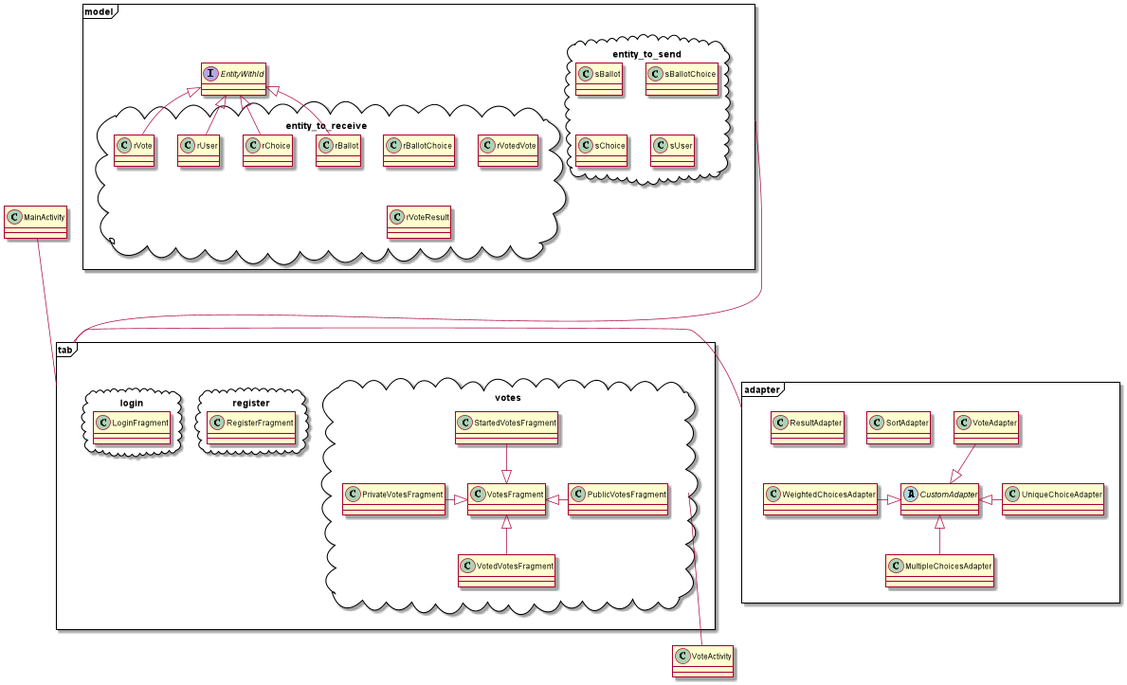
Before: Android/uml/ClassDiagram.png, a diagram exported from PlantUML (dptinfoutln/MapareVote). Its diagram source:
```plantuml
@startuml



package tab <<Frame>> {
    package votes <<Cloud>> {
        class PrivateVotesFragment
        class PublicVotesFragment
        class StartedVotesFragment
        class VotedVotesFragment
        class VotesFragment
    }
    package register <<Cloud>> {
        class RegisterFragment
    }
    package login <<Cloud>> {
        class LoginFragment
    }
}

package adapter <<Frame>> {
    abstract class CustomAdapter
    class UniqueChoiceAdapter
    class MultipleChoicesAdapter
    class WeightedChoicesAdapter
    class SortAdapter
    class VoteAdapter
    class ResultAdapter
}

package model <<Frame>> {
    interface EntityWithId
    package entity_to_receive <<Cloud>> {
        class rBallot
        class rBallotChoice
        class rChoice
        class rUser
        class rVote
        class rVotedVote
        class rVoteResult
    }
    package entity_to_send <<Cloud>> {
          class sBallot
          class sBallotChoice
          class sChoice
          class sUser
    }
}


class VoteActivity
class MainActivity

tab --up-- MainActivity
tab --right-- adapter
model ---up--- tab
votes --down-- VoteActivity

CustomAdapter <|-right- UniqueChoiceAdapter
CustomAdapter <|-down- MultipleChoicesAdapter
CustomAdapter <|-left- WeightedChoicesAdapter
CustomAdapter <|-up- VoteAdapter

VotesFragment <|-right- PublicVotesFragment
VotesFragment <|-left- PrivateVotesFragment
VotesFragment <|-up- StartedVotesFragment
VotesFragment <|-down- VotedVotesFragment

EntityWithId <|-- rBallot
EntityWithId <|-- rChoice
EntityWithId <|-- rUser
EntityWithId <|-- rVote

@enduml
```
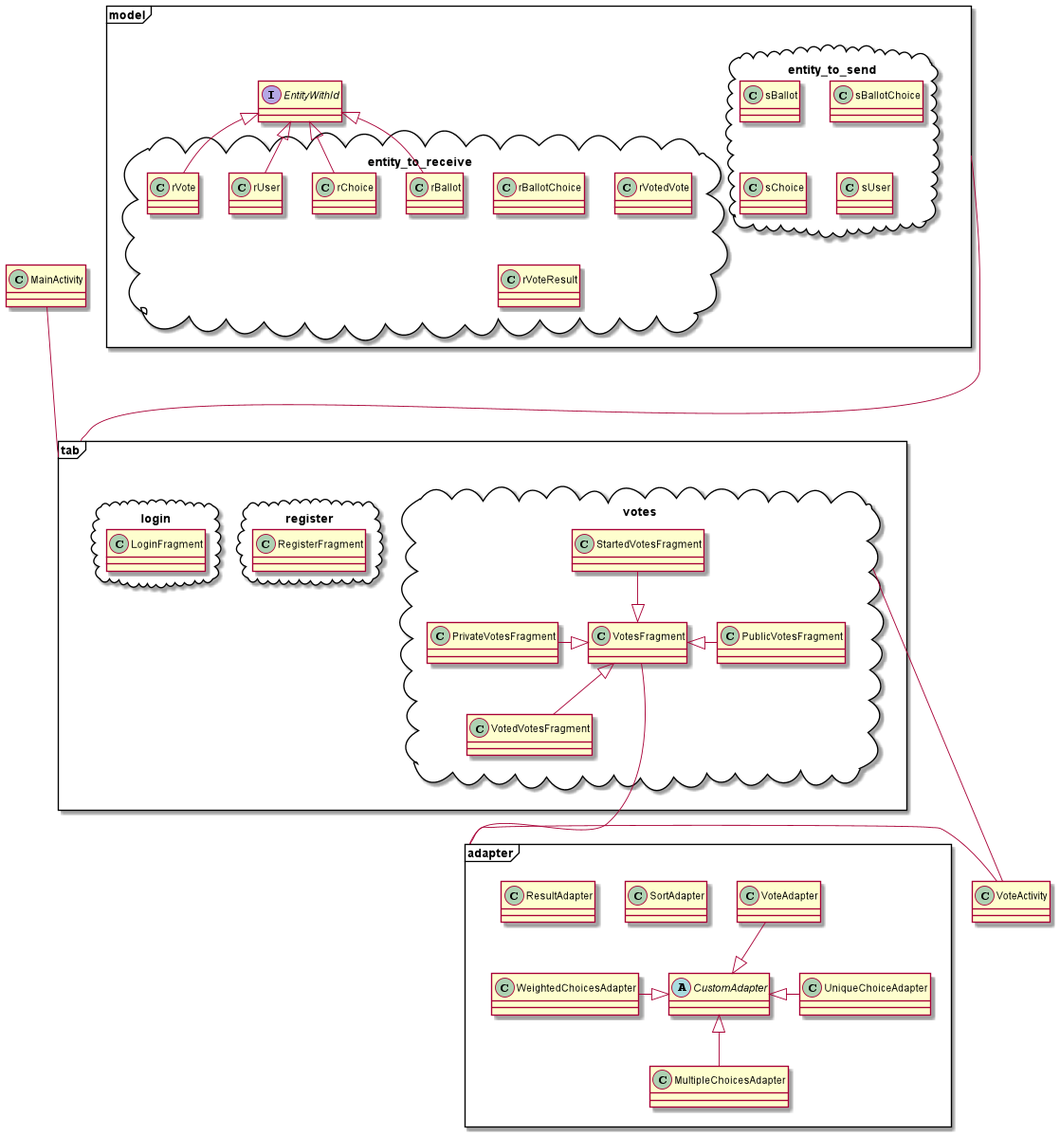
Above is the later version.

Change to the diagram source:
```diff
@@ -52,7 +52,8 @@
 class MainActivity
 
 tab --up-- MainActivity
-tab --right-- adapter
+VotesFragment --right-- adapter
+VoteActivity --right-- adapter
 model ---up--- tab
 votes --down-- VoteActivity
 
```
